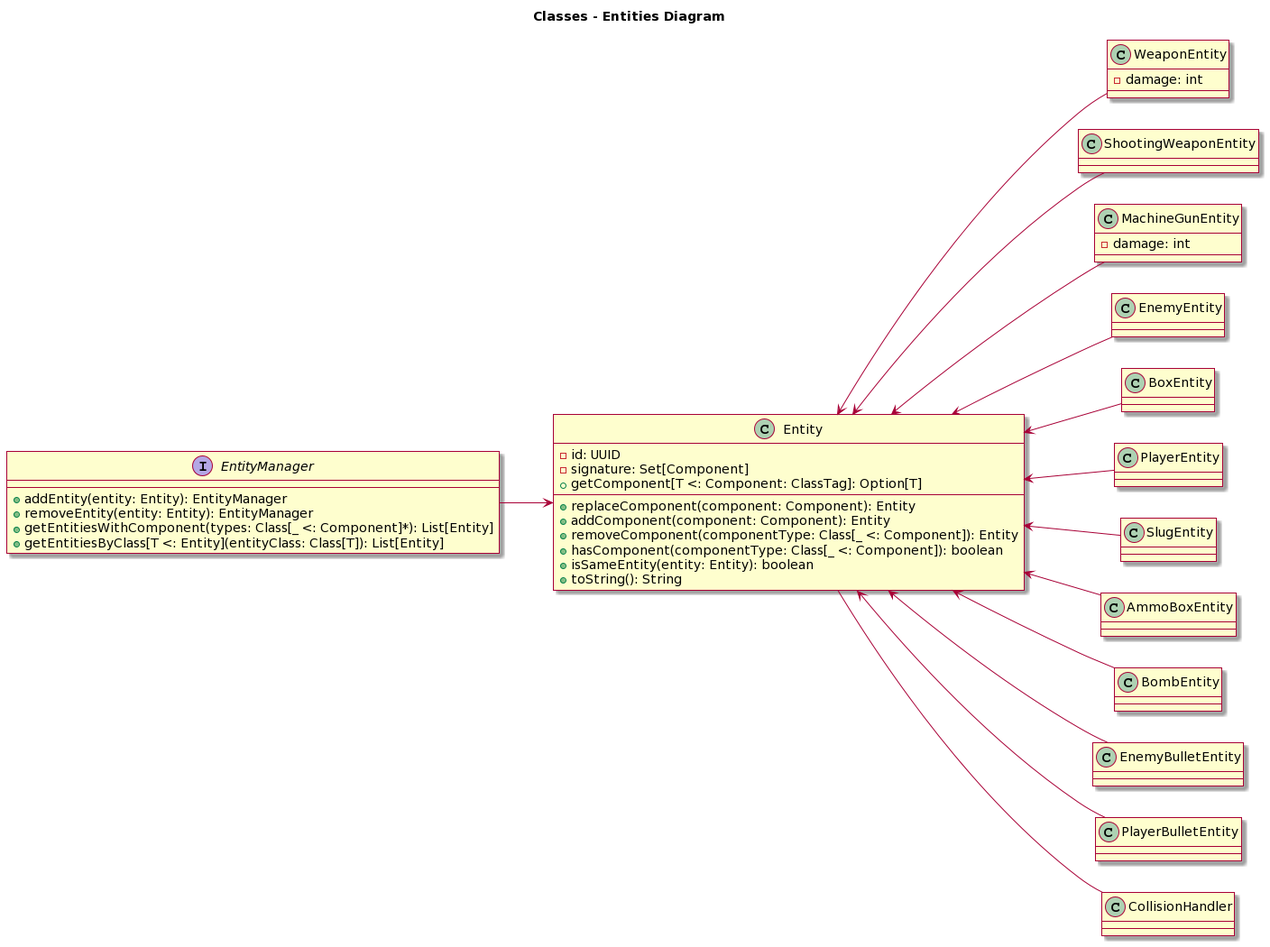
Above: docs/img/entities.png in MarzoliLeo/PPS-22-MetalScala3 (PlantUML), before the change. Source of this version:
```plantuml
@startuml
skin rose

title Classes - Entities Diagram

left to right direction

class Entity {
  -id: UUID
  -signature: Set[Component]
  +replaceComponent(component: Component): Entity
  +addComponent(component: Component): Entity
  +removeComponent(componentType: Class[_ <: Component]): Entity
  +hasComponent(componentType: Class[_ <: Component]): boolean
  +getComponent[T <: Component: ClassTag]: Option[T]
  +isSameEntity(entity: Entity): boolean
  +toString(): String
}

class WeaponEntity {
  -damage: int
}

class ShootingWeaponEntity {
}

class MachineGunEntity {
  -damage: int
}

class EnemyEntity {
}

class BoxEntity {
}

class PlayerEntity {
}

class SlugEntity {
}

class AmmoBoxEntity {
}

class BombEntity {
}

class EnemyBulletEntity {
}

class PlayerBulletEntity {
}

interface EntityManager {
  +addEntity(entity: Entity): EntityManager
  +removeEntity(entity: Entity): EntityManager
  +getEntitiesWithComponent(types: Class[_ <: Component]*): List[Entity]
  +getEntitiesByClass[T <: Entity](entityClass: Class[T]): List[Entity]
}

EntityManager --> Entity
Entity -- CollisionHandler

Entity <-- WeaponEntity
Entity <-- ShootingWeaponEntity
Entity <-- MachineGunEntity
Entity <-- EnemyEntity
Entity <-- BoxEntity
Entity <-- PlayerEntity
Entity <-- SlugEntity
Entity <-- AmmoBoxEntity
Entity <-- BombEntity
Entity <-- EnemyBulletEntity
Entity <-- PlayerBulletEntity
@enduml
```
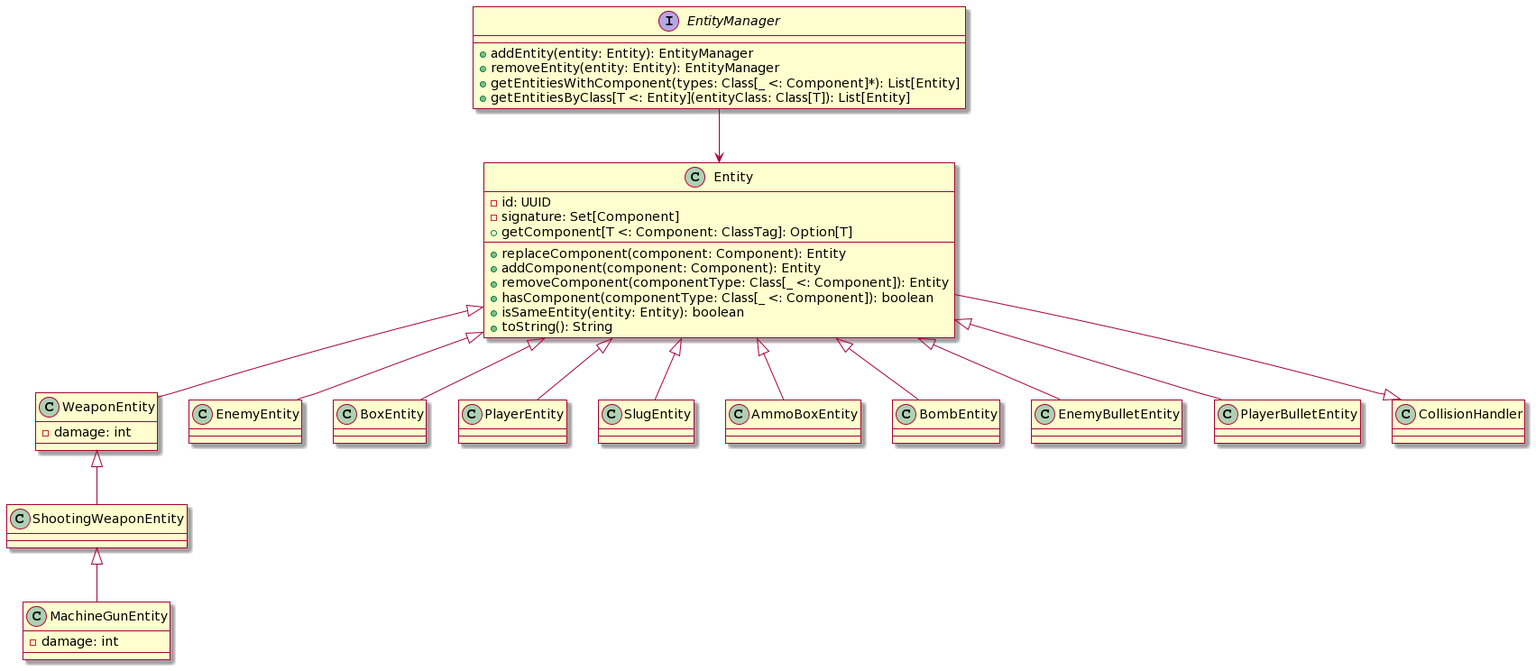
Later version of the same file.

Change to the diagram source:
```diff
@@ -1,9 +1,5 @@
 @startuml
 skin rose
-
-title Classes - Entities Diagram
-
-left to right direction
 
 class Entity {
   -id: UUID
@@ -60,17 +56,17 @@
 }
 
 EntityManager --> Entity
-Entity -- CollisionHandler
+Entity --|> CollisionHandler
 
-Entity <-- WeaponEntity
-Entity <-- ShootingWeaponEntity
-Entity <-- MachineGunEntity
-Entity <-- EnemyEntity
-Entity <-- BoxEntity
-Entity <-- PlayerEntity
-Entity <-- SlugEntity
-Entity <-- AmmoBoxEntity
-Entity <-- BombEntity
-Entity <-- EnemyBulletEntity
-Entity <-- PlayerBulletEntity
+Entity <|-- WeaponEntity
+WeaponEntity <|-- ShootingWeaponEntity
+ShootingWeaponEntity <|-- MachineGunEntity
+Entity <|-- EnemyEntity
+Entity <|-- BoxEntity
+Entity <|-- PlayerEntity
+Entity <|-- SlugEntity
+Entity <|-- AmmoBoxEntity
+Entity <|-- BombEntity
+Entity <|-- EnemyBulletEntity
+Entity <|-- PlayerBulletEntity
 @enduml
```
